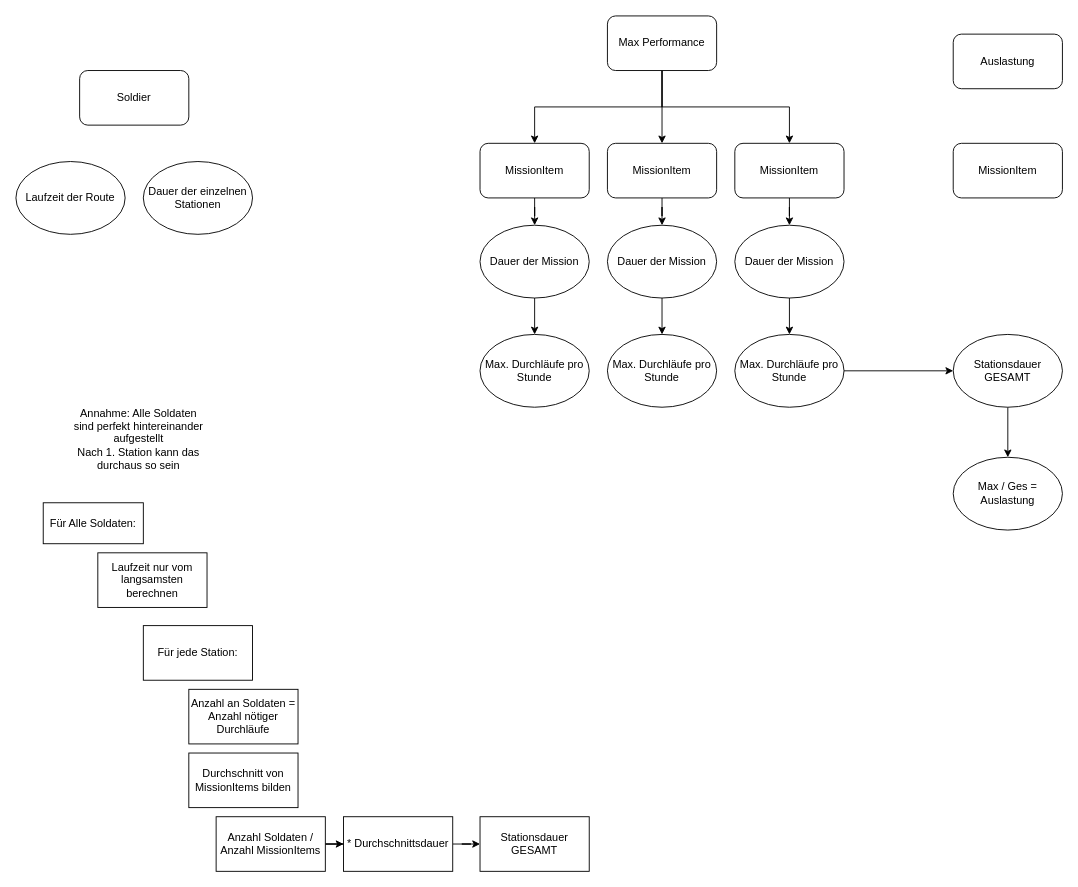
Earlier version of the draw.io diagram Skizzen/Statistics_PerformanceBerechnung.drawio (ZhRaL/MilitaryIdleGame). Source tidied: cells renumbered, new cells numbered last; positions are measured from the earlier drawing's top-left corner, leaving out a move shared by most shapes. Both pictures are drawn from the tidied source at 91%, with x=0, y=0 at pixel (15, 15).
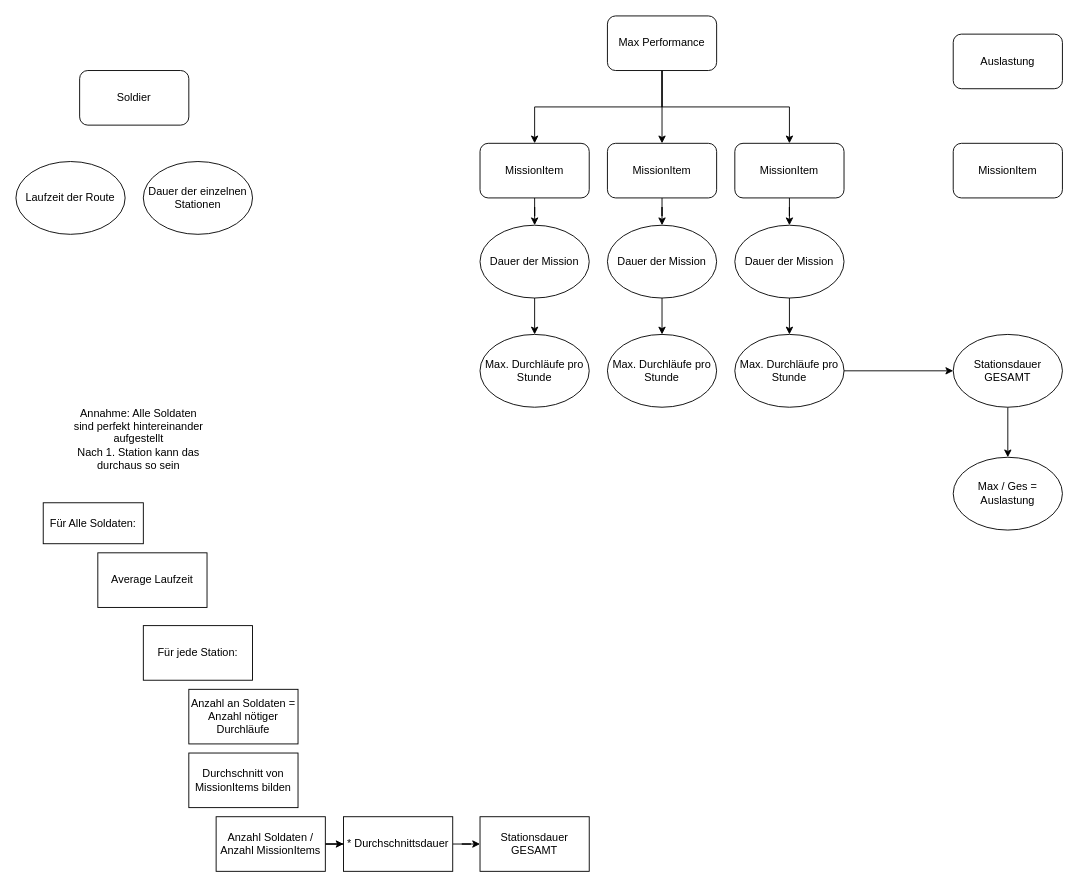
The same page after the edit.

Diff of the diagram source:
```diff
@@
-    <mxCell id="29" value="Laufzeit nur vom langsamsten berechnen" style="rounded=0;whiteSpace=wrap;html=1;" parent="1" vertex="1">
+    <mxCell id="29" value="Average Laufzeit" style="rounded=0;whiteSpace=wrap;html=1;" parent="1" vertex="1">
       <mxGeometry x="90" y="590" width="120" height="60" as="geometry" />
     </mxCell>
```
